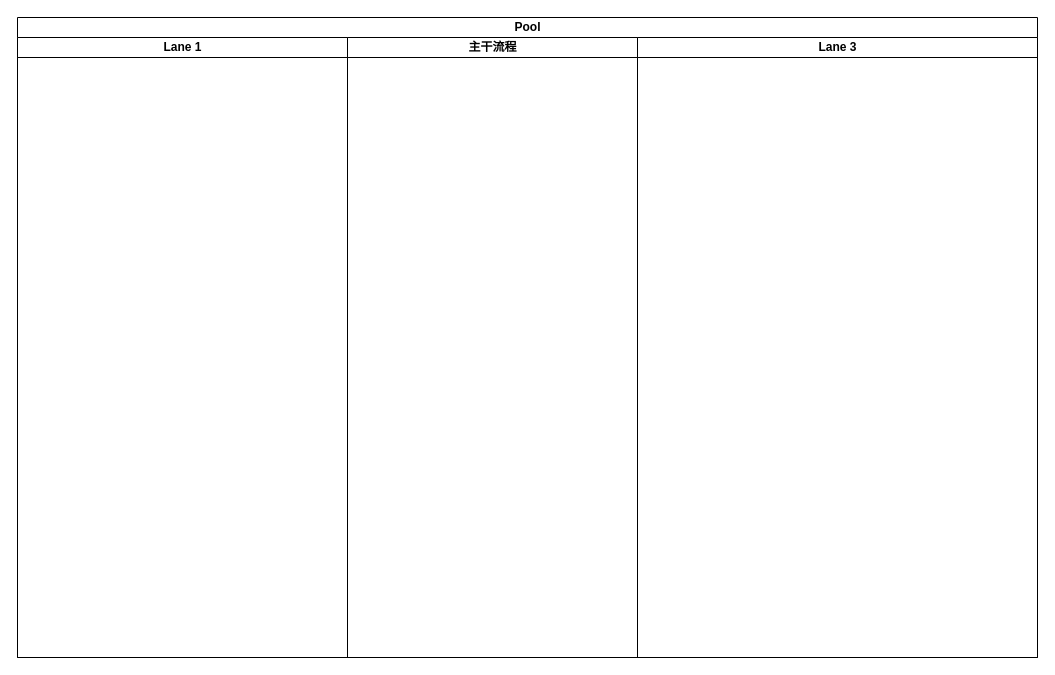
The draw.io diagram Untitled Diagram.drawio in noobwu/diagrams, before the edit. Source tidied: cells renumbered, new cells numbered last; positions are measured from the earlier drawing's top-left corner, leaving out a move shared by most shapes. Both pictures are drawn from the tidied source at 100%, with x=0, y=0 at pixel (17, 17).
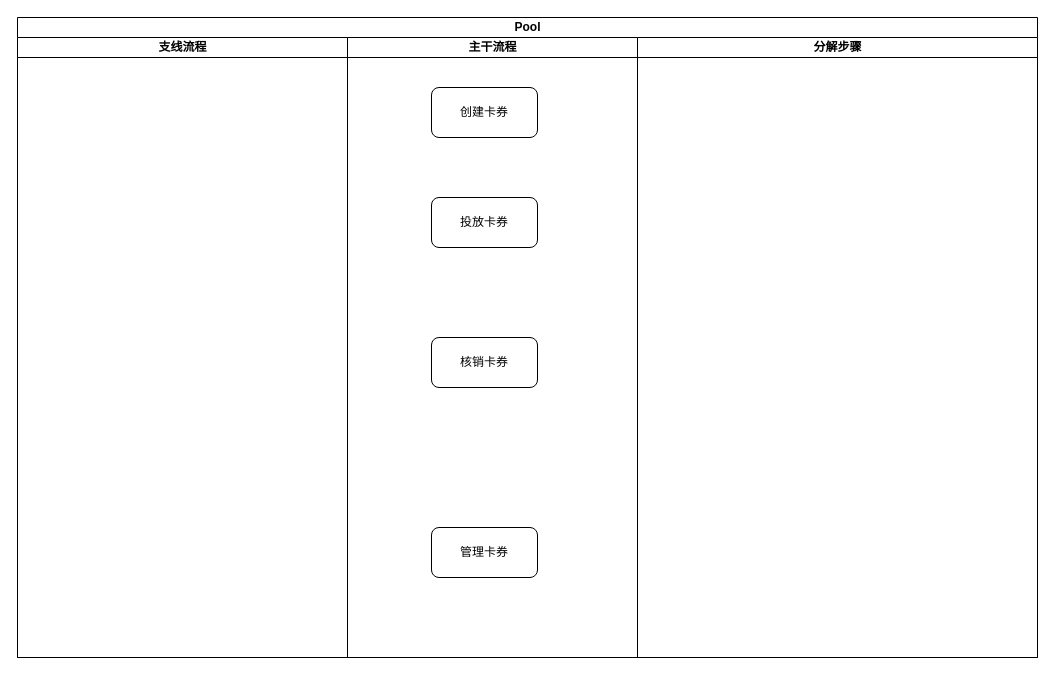
After the change.

Commit message (it also covers changes not shown here):
卡券流程图

What changed in the source:
```diff
@@
 <mxGraphModel>
   <root>
     <mxCell id="0" />
     <mxCell id="1" parent="0" />
     <mxCell id="2" value="Pool" style="swimlane;html=1;startSize=20;" parent="1" vertex="1">
       <mxGeometry width="1020" height="640" as="geometry" />
     </mxCell>
-    <mxCell id="3" value="Lane 1" style="swimlane;html=1;startSize=20;" parent="2" vertex="1">
+    <mxCell id="3" value="支线流程" style="swimlane;html=1;startSize=20;" parent="2" vertex="1">
       <mxGeometry y="20" width="330" height="620" as="geometry" />
     </mxCell>
     <mxCell id="4" value="主干流程" style="swimlane;html=1;startSize=20;" parent="2" vertex="1">
       <mxGeometry x="330" y="20" width="290" height="620" as="geometry" />
     </mxCell>
+    <mxCell id="6" value="创建卡券" style="shape=ext;rounded=1;html=1;whiteSpace=wrap;" parent="4" vertex="1">
+      <mxGeometry x="84" y="50" width="106" height="50" as="geometry" />
+    </mxCell>
+    <mxCell id="7" value="管理卡券" style="shape=ext;rounded=1;html=1;whiteSpace=wrap;" parent="4" vertex="1">
+      <mxGeometry x="84" y="490" width="106" height="50" as="geometry" />
+    </mxCell>
+    <mxCell id="8" value="核销卡券" style="shape=ext;rounded=1;html=1;whiteSpace=wrap;" parent="4" vertex="1">
+      <mxGeometry x="84" y="300" width="106" height="50" as="geometry" />
+    </mxCell>
+    <mxCell id="9" value="投放卡券" style="shape=ext;rounded=1;html=1;whiteSpace=wrap;" parent="4" vertex="1">
+      <mxGeometry x="84" y="160" width="106" height="50" as="geometry" />
+    </mxCell>
-    <mxCell id="5" value="Lane 3" style="swimlane;html=1;startSize=20;" parent="2" vertex="1">
+    <mxCell id="5" value="分解步骤" style="swimlane;html=1;startSize=20;" parent="2" vertex="1">
       <mxGeometry x="620" y="20" width="400" height="620" as="geometry" />
     </mxCell>
   </root>
 </mxGraphModel>
```
